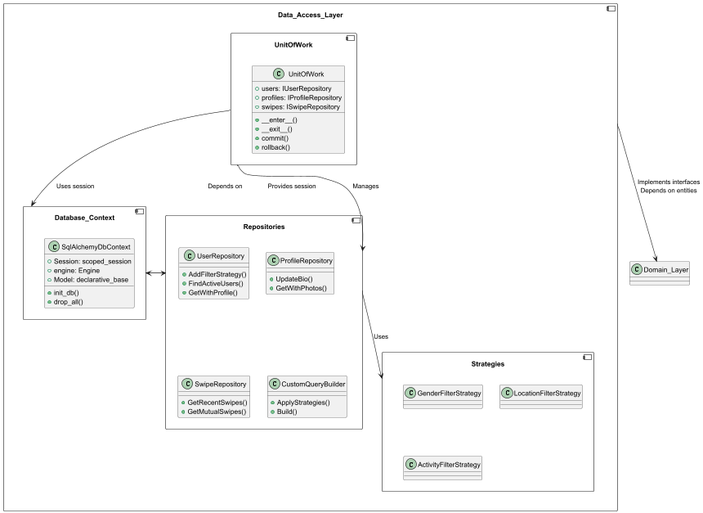
This is docs/imgs/data_access_layer.png from tammysensitive2312/Tinder-Dating-App-_IT4409, a PlantUML export, as it was before one commit. Its diagram source:
```plantuml
@startuml data_access_layer
component Data_Access_Layer {
    component Database_Context {
        class SqlAlchemyDbContext {
            + Session: scoped_session
            + engine: Engine
            + Model: declarative_base
            + init_db()
            + drop_all()
        }
    }

    component Repositories {
        class UserRepository {
            + AddFilterStrategy()
            + FindActiveUsers()
            + GetWithProfile()
        }

        class ProfileRepository {
            + UpdateBio()
            + GetWithPhotos()
        }

        class SwipeRepository {
            + GetRecentSwipes()
            + GetMutualSwipes()
        }

        class CustomQueryBuilder {
            + ApplyStrategies()
            + Build()
        }
    }

    component UnitOfWork {
        class UnitOfWork {
            + __enter__()
            + __exit__()
            + commit()
            + rollback()
            + users: IUserRepository
            + profiles: IProfileRepository
            + swipes: ISwipeRepository
        }
    }

    component Strategies {
        class GenderFilterStrategy
        class LocationFilterStrategy
        class ActivityFilterStrategy
    }

    Database_Context --> Repositories : Provides session
    Repositories --> Strategies : Uses
    Repositories --> Database_Context : Depends on
    UnitOfWork --> Repositories : Manages
    UnitOfWork --> Database_Context : Uses session
}

Data_Access_Layer --> Domain_Layer : Implements interfaces\nDepends on entities
@enduml
```
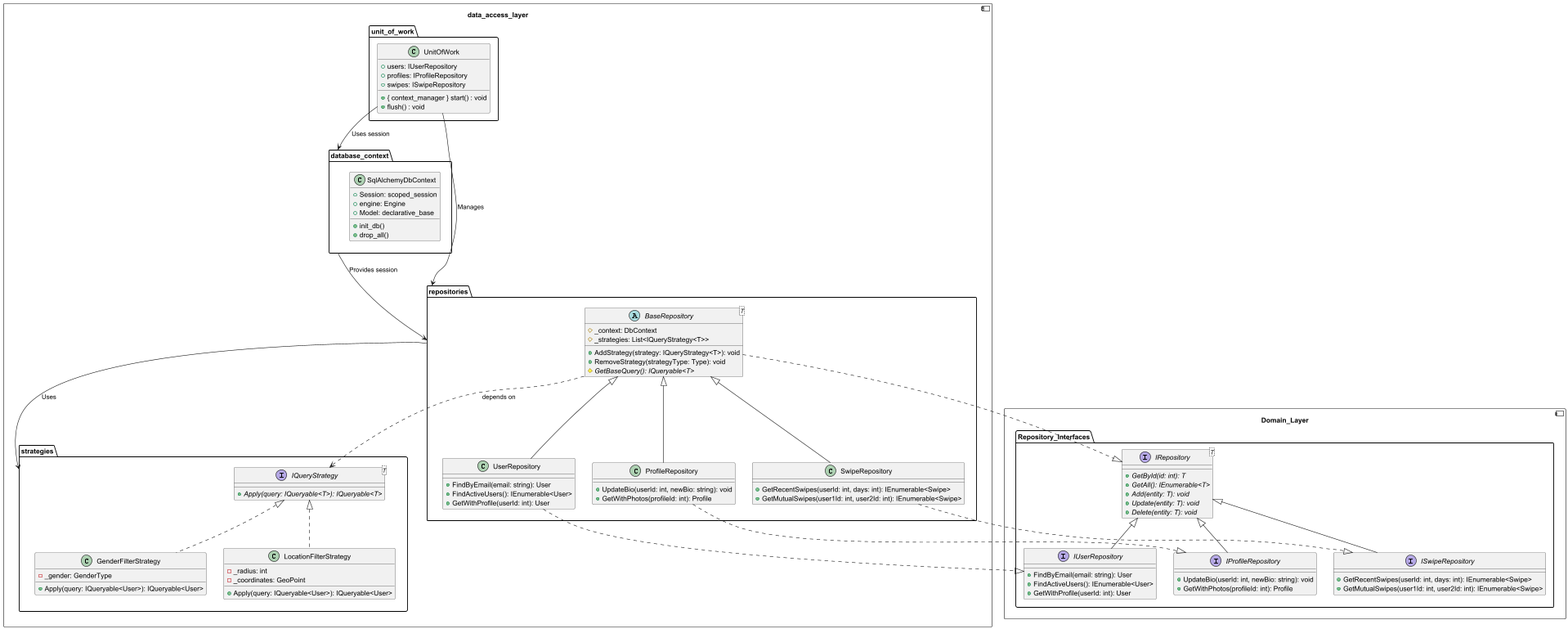
After the commit.

Change to the diagram source:
```diff
@@ -1,6 +1,6 @@
 @startuml data_access_layer
-component Data_Access_Layer {
-    component Database_Context {
+component data_access_layer {
+    package database_context {
         class SqlAlchemyDbContext {
             + Session: scoped_session
             + engine: Engine
@@ -10,53 +10,102 @@
         }
     }
 
-    component Repositories {
-        class UserRepository {
-            + AddFilterStrategy()
-            + FindActiveUsers()
-            + GetWithProfile()
+    package repositories {
+
+        abstract class BaseRepository<T> {
+            # _context: DbContext
+            # _strategies: List<IQueryStrategy<T>>
+            + AddStrategy(strategy: IQueryStrategy<T>): void
+            + RemoveStrategy(strategyType: Type): void
+            # {abstract} GetBaseQuery(): IQueryable<T>
         }
 
-        class ProfileRepository {
-            + UpdateBio()
-            + GetWithPhotos()
+        class UserRepository extends BaseRepository<User> {
+            + FindByEmail(email: string): User
+            + FindActiveUsers(): IEnumerable<User>
+            + GetWithProfile(userId: int): User
         }
 
-        class SwipeRepository {
-            + GetRecentSwipes()
-            + GetMutualSwipes()
+        class ProfileRepository extends BaseRepository<Profile> {
+            + UpdateBio(userId: int, newBio: string): void
+            + GetWithPhotos(profileId: int): Profile
         }
 
-        class CustomQueryBuilder {
-            + ApplyStrategies()
-            + Build()
+        class SwipeRepository extends BaseRepository<Swipe> {
+            + GetRecentSwipes(userId: int, days: int): IEnumerable<Swipe>
+            + GetMutualSwipes(user1Id: int, user2Id: int): IEnumerable<Swipe>
         }
+
     }
 
-    component UnitOfWork {
+    package unit_of_work {
         class UnitOfWork {
-            + __enter__()
-            + __exit__()
-            + commit()
-            + rollback()
+            + { context_manager } start() : void
+            + flush() : void
             + users: IUserRepository
             + profiles: IProfileRepository
             + swipes: ISwipeRepository
         }
     }
 
-    component Strategies {
-        class GenderFilterStrategy
-        class LocationFilterStrategy
-        class ActivityFilterStrategy
+    package strategies {
+        interface IQueryStrategy<T> {
+            + {abstract} Apply(query: IQueryable<T>): IQueryable<T>
+        }
+
+        class GenderFilterStrategy implements IQueryStrategy<User> {
+            - _gender: GenderType
+            + Apply(query: IQueryable<User>): IQueryable<User>
+        }
+
+        class LocationFilterStrategy implements IQueryStrategy<User> {
+            - _radius: int
+            - _coordinates: GeoPoint
+            + Apply(query: IQueryable<User>): IQueryable<User>
+        }
     }
 
-    Database_Context --> Repositories : Provides session
-    Repositories --> Strategies : Uses
-    Repositories --> Database_Context : Depends on
-    UnitOfWork --> Repositories : Manages
-    UnitOfWork --> Database_Context : Uses session
-}
+    database_context --> repositories : Provides session
+    repositories --> strategies : Uses
+    BaseRepository ..> IQueryStrategy : depends on
+    UnitOfWork --> repositories : Manages
+    UnitOfWork --> database_context : Uses session
 
-Data_Access_Layer --> Domain_Layer : Implements interfaces\nDepends on entities
+    }
+
+
+    component Domain_Layer {
+        package Repository_Interfaces {
+            interface IRepository<T> {
+                + {abstract} GetById(id: int): T
+                + {abstract} GetAll(): IEnumerable<T>
+                + {abstract} Add(entity: T): void
+                + {abstract} Update(entity: T): void
+                + {abstract} Delete(entity: T): void
+            }
+
+            interface IUserRepository extends IRepository<User> {
+                + FindByEmail(email: string): User
+                + FindActiveUsers(): IEnumerable<User>
+                + GetWithProfile(userId: int): User
+            }
+
+            interface IProfileRepository extends IRepository<Profile> {
+                + UpdateBio(userId: int, newBio: string): void
+                + GetWithPhotos(profileId: int): Profile
+            }
+
+            interface ISwipeRepository extends IRepository<Swipe> {
+                + GetRecentSwipes(userId: int, days: int): IEnumerable<Swipe>
+                + GetMutualSwipes(user1Id: int, user2Id: int): IEnumerable<Swipe>
+            }
+        }
+
+    }
+
+    BaseRepository ..|> IRepository
+    UserRepository ..|> IUserRepository
+    ProfileRepository ..|> IProfileRepository
+    SwipeRepository ..|> ISwipeRepository
+
 @enduml
```
